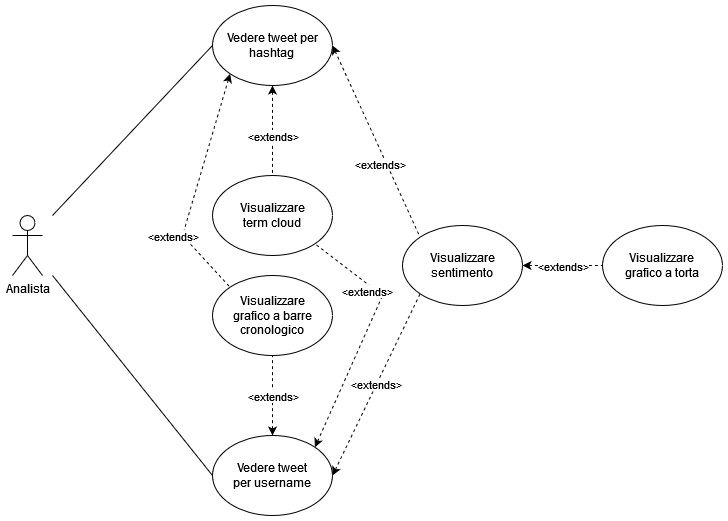
NotXia/tweet-analysis keeps this draw.io diagram as sprint1/review/img/usecase.png. Above is the earlier version. Source tidied: cells renumbered, new cells last; positions are measured from the earlier drawing's top-left corner, leaving out a move shared by most shapes. Source of this version:
```xml
<mxGraphModel>
  <root>
    <mxCell id="0" />
    <mxCell id="1" parent="0" />
    <mxCell id="2" value="&lt;div&gt;Vedere tweet per&lt;/div&gt;&lt;div&gt;hashtag&lt;br&gt;&lt;/div&gt;" style="ellipse;whiteSpace=wrap;html=1;" parent="1" vertex="1">
      <mxGeometry x="200" width="120" height="80" as="geometry" />
    </mxCell>
    <mxCell id="3" style="endArrow=none;dashed=1;html=1;rounded=0;endFill=1;startFill=1;startArrow=classic;exitX=1;exitY=0.5;exitDx=0;exitDy=0;entryX=0;entryY=0;entryDx=0;entryDy=0;" parent="1" edge="1" source="2" target="7">
      <mxGeometry relative="1" as="geometry" />
    </mxCell>
    <mxCell id="4" value="&amp;lt;extends&amp;gt;" style="edgeLabel;html=1;align=center;verticalAlign=middle;" parent="3" vertex="1">
      <mxGeometry x="0.27" y="7" relative="1" as="geometry">
        <mxPoint x="-15" as="offset" />
      </mxGeometry>
    </mxCell>
    <mxCell id="5" value="Analista" style="shape=umlActor;verticalLabelPosition=bottom;verticalAlign=top;html=1;" parent="1" vertex="1">
      <mxGeometry y="210" width="30" height="60" as="geometry" />
    </mxCell>
    <mxCell id="6" value="&lt;div&gt;Vedere tweet&lt;/div&gt;&lt;div&gt;per username&lt;br&gt;&lt;/div&gt;" style="ellipse;whiteSpace=wrap;html=1;" parent="1" vertex="1">
      <mxGeometry x="200" y="430" width="120" height="80" as="geometry" />
    </mxCell>
    <mxCell id="7" value="&lt;div&gt;Visualizzare&lt;/div&gt;&lt;div&gt;sentimento&lt;br&gt;&lt;/div&gt;" style="ellipse;whiteSpace=wrap;html=1;" parent="1" vertex="1">
      <mxGeometry x="390" y="220" width="120" height="80" as="geometry" />
    </mxCell>
    <mxCell id="8" value="&amp;lt;extends&amp;gt;" style="endArrow=none;dashed=1;html=1;rounded=0;endFill=1;startFill=1;startArrow=classic;exitX=1;exitY=0.5;exitDx=0;exitDy=0;entryX=0;entryY=1;entryDx=0;entryDy=0;" parent="1" edge="1" source="6" target="7">
      <mxGeometry relative="1" as="geometry" />
    </mxCell>
    <mxCell id="9" style="endArrow=none;dashed=1;html=1;rounded=0;endFill=1;startFill=1;startArrow=classic;exitX=1;exitY=0.5;exitDx=0;exitDy=0;entryX=0;entryY=0.5;entryDx=0;entryDy=0;" parent="1" edge="1" source="7" target="11">
      <mxGeometry relative="1" as="geometry" />
    </mxCell>
    <mxCell id="10" value="&amp;lt;extends&amp;gt;" style="edgeLabel;html=1;align=center;verticalAlign=middle;" parent="9" vertex="1">
      <mxGeometry x="0.38" y="-1" relative="1" as="geometry">
        <mxPoint x="-15" y="-1" as="offset" />
      </mxGeometry>
    </mxCell>
    <mxCell id="11" value="&lt;div&gt;Visualizzare&lt;/div&gt;&lt;div&gt;grafico a torta&lt;br&gt;&lt;/div&gt;" style="ellipse;whiteSpace=wrap;html=1;" parent="1" vertex="1">
      <mxGeometry x="590" y="220" width="120" height="80" as="geometry" />
    </mxCell>
    <mxCell id="12" value="&lt;div&gt;Visualizzare&lt;/div&gt;&lt;div&gt;grafico a barre&lt;/div&gt;&lt;div&gt;cronologico&lt;br&gt;&lt;/div&gt;" style="ellipse;whiteSpace=wrap;html=1;" parent="1" vertex="1">
      <mxGeometry x="200" y="270" width="120" height="80" as="geometry" />
    </mxCell>
    <mxCell id="13" value="&lt;div&gt;Visualizzare&lt;/div&gt;term cloud" style="ellipse;whiteSpace=wrap;html=1;" parent="1" vertex="1">
      <mxGeometry x="200" y="170" width="120" height="80" as="geometry" />
    </mxCell>
    <mxCell id="14" style="endArrow=none;dashed=1;html=1;rounded=0;endFill=1;startFill=1;startArrow=classic;exitX=0.5;exitY=1;exitDx=0;exitDy=0;entryX=0.5;entryY=0;entryDx=0;entryDy=0;" parent="1" edge="1" source="2" target="13">
      <mxGeometry relative="1" as="geometry" />
    </mxCell>
    <mxCell id="15" value="&amp;lt;extends&amp;gt;" style="edgeLabel;html=1;align=center;verticalAlign=middle;" parent="14" vertex="1">
      <mxGeometry x="0.27" y="7" relative="1" as="geometry">
        <mxPoint x="-7" y="-7" as="offset" />
      </mxGeometry>
    </mxCell>
    <mxCell id="16" style="endArrow=none;dashed=1;html=1;rounded=0;endFill=1;startFill=1;startArrow=classic;exitX=1;exitY=0;exitDx=0;exitDy=0;entryX=1;entryY=1;entryDx=0;entryDy=0;" parent="1" edge="1" source="6" target="13">
      <mxGeometry relative="1" as="geometry">
        <Array as="points">
          <mxPoint x="370" y="290" />
        </Array>
      </mxGeometry>
    </mxCell>
    <mxCell id="17" value="&amp;lt;extends&amp;gt;" style="edgeLabel;html=1;align=center;verticalAlign=middle;" parent="16" vertex="1">
      <mxGeometry x="0.27" y="7" relative="1" as="geometry">
        <mxPoint x="-7" y="-7" as="offset" />
      </mxGeometry>
    </mxCell>
    <mxCell id="18" style="endArrow=none;dashed=1;html=1;rounded=0;endFill=1;startFill=1;startArrow=classic;exitX=0.5;exitY=0;exitDx=0;exitDy=0;entryX=0.5;entryY=1;entryDx=0;entryDy=0;" parent="1" edge="1" source="6" target="12">
      <mxGeometry relative="1" as="geometry" />
    </mxCell>
    <mxCell id="19" value="&amp;lt;extends&amp;gt;" style="edgeLabel;html=1;align=center;verticalAlign=middle;" parent="18" vertex="1">
      <mxGeometry x="0.27" y="7" relative="1" as="geometry">
        <mxPoint x="7" y="11" as="offset" />
      </mxGeometry>
    </mxCell>
    <mxCell id="20" style="endArrow=none;dashed=1;html=1;rounded=0;endFill=1;startFill=1;startArrow=classic;exitX=0;exitY=1;exitDx=0;exitDy=0;entryX=0;entryY=0;entryDx=0;entryDy=0;" parent="1" edge="1" source="2" target="12">
      <mxGeometry relative="1" as="geometry">
        <Array as="points">
          <mxPoint x="170" y="230" />
        </Array>
      </mxGeometry>
    </mxCell>
    <mxCell id="21" value="&amp;lt;extends&amp;gt;" style="edgeLabel;html=1;align=center;verticalAlign=middle;" parent="20" vertex="1">
      <mxGeometry x="0.27" y="7" relative="1" as="geometry">
        <mxPoint x="-21" y="14" as="offset" />
      </mxGeometry>
    </mxCell>
    <mxCell id="22" style="endArrow=none;html=1;rounded=0;entryX=0;entryY=0.5;entryDx=0;entryDy=0;" parent="1" edge="1" target="2">
      <mxGeometry relative="1" as="geometry">
        <mxPoint x="40" y="210" as="sourcePoint" />
      </mxGeometry>
    </mxCell>
    <mxCell id="23" style="endArrow=none;html=1;rounded=0;entryX=0;entryY=0.5;entryDx=0;entryDy=0;" parent="1" edge="1" target="6">
      <mxGeometry relative="1" as="geometry">
        <mxPoint x="40" y="270" as="sourcePoint" />
      </mxGeometry>
    </mxCell>
  </root>
</mxGraphModel>
```
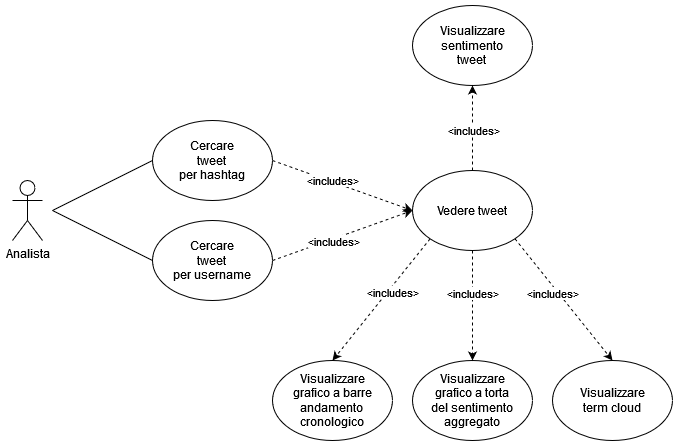
The same file after the commit.

Diff of the diagram source:
```diff
@@ -2,95 +2,87 @@
   <root>
     <mxCell id="0" />
     <mxCell id="1" parent="0" />
-    <mxCell id="2" value="&lt;div&gt;Vedere tweet per&lt;/div&gt;&lt;div&gt;hashtag&lt;br&gt;&lt;/div&gt;" style="ellipse;whiteSpace=wrap;html=1;" parent="1" vertex="1">
-      <mxGeometry x="200" width="120" height="80" as="geometry" />
+    <mxCell id="2" value="&lt;div&gt;Vedere tweet&lt;/div&gt;" style="ellipse;whiteSpace=wrap;html=1;" parent="1" vertex="1">
+      <mxGeometry x="394" y="225" width="120" height="80" as="geometry" />
     </mxCell>
-    <mxCell id="3" style="endArrow=none;dashed=1;html=1;rounded=0;endFill=1;startFill=1;startArrow=classic;exitX=1;exitY=0.5;exitDx=0;exitDy=0;entryX=0;entryY=0;entryDx=0;entryDy=0;" parent="1" edge="1" source="2" target="7">
-      <mxGeometry relative="1" as="geometry" />
-    </mxCell>
-    <mxCell id="4" value="&amp;lt;extends&amp;gt;" style="edgeLabel;html=1;align=center;verticalAlign=middle;" parent="3" vertex="1">
-      <mxGeometry x="0.27" y="7" relative="1" as="geometry">
-        <mxPoint x="-15" as="offset" />
-      </mxGeometry>
-    </mxCell>
     <mxCell id="5" value="Analista" style="shape=umlActor;verticalLabelPosition=bottom;verticalAlign=top;html=1;" parent="1" vertex="1">
-      <mxGeometry y="210" width="30" height="60" as="geometry" />
+      <mxGeometry x="-6" y="235" width="30" height="60" as="geometry" />
     </mxCell>
-    <mxCell id="6" value="&lt;div&gt;Vedere tweet&lt;/div&gt;&lt;div&gt;per username&lt;br&gt;&lt;/div&gt;" style="ellipse;whiteSpace=wrap;html=1;" parent="1" vertex="1">
-      <mxGeometry x="200" y="430" width="120" height="80" as="geometry" />
-    </mxCell>
-    <mxCell id="7" value="&lt;div&gt;Visualizzare&lt;/div&gt;&lt;div&gt;sentimento&lt;br&gt;&lt;/div&gt;" style="ellipse;whiteSpace=wrap;html=1;" parent="1" vertex="1">
-      <mxGeometry x="390" y="220" width="120" height="80" as="geometry" />
+    <mxCell id="7" value="&lt;div&gt;Visualizzare&lt;/div&gt;&lt;div&gt;sentimento&lt;/div&gt;&lt;div&gt;tweet&lt;br&gt;&lt;/div&gt;" style="ellipse;whiteSpace=wrap;html=1;" parent="1" vertex="1">
+      <mxGeometry x="394" y="60" width="120" height="80" as="geometry" />
     </mxCell>
-    <mxCell id="8" value="&amp;lt;extends&amp;gt;" style="endArrow=none;dashed=1;html=1;rounded=0;endFill=1;startFill=1;startArrow=classic;exitX=1;exitY=0.5;exitDx=0;exitDy=0;entryX=0;entryY=1;entryDx=0;entryDy=0;" parent="1" edge="1" source="6" target="7">
-      <mxGeometry relative="1" as="geometry" />
-    </mxCell>
-    <mxCell id="9" style="endArrow=none;dashed=1;html=1;rounded=0;endFill=1;startFill=1;startArrow=classic;exitX=1;exitY=0.5;exitDx=0;exitDy=0;entryX=0;entryY=0.5;entryDx=0;entryDy=0;" parent="1" edge="1" source="7" target="11">
-      <mxGeometry relative="1" as="geometry" />
-    </mxCell>
-    <mxCell id="10" value="&amp;lt;extends&amp;gt;" style="edgeLabel;html=1;align=center;verticalAlign=middle;" parent="9" vertex="1">
-      <mxGeometry x="0.38" y="-1" relative="1" as="geometry">
-        <mxPoint x="-15" y="-1" as="offset" />
-      </mxGeometry>
-    </mxCell>
-    <mxCell id="11" value="&lt;div&gt;Visualizzare&lt;/div&gt;&lt;div&gt;grafico a torta&lt;br&gt;&lt;/div&gt;" style="ellipse;whiteSpace=wrap;html=1;" parent="1" vertex="1">
-      <mxGeometry x="590" y="220" width="120" height="80" as="geometry" />
+    <mxCell id="11" value="&lt;div&gt;Visualizzare&lt;/div&gt;&lt;div&gt;grafico a torta&lt;/div&gt;&lt;div&gt;del sentimento&lt;/div&gt;&lt;div&gt;aggregato&lt;br&gt;&lt;/div&gt;" style="ellipse;whiteSpace=wrap;html=1;" parent="1" vertex="1">
+      <mxGeometry x="394" y="415" width="120" height="80" as="geometry" />
     </mxCell>
-    <mxCell id="12" value="&lt;div&gt;Visualizzare&lt;/div&gt;&lt;div&gt;grafico a barre&lt;/div&gt;&lt;div&gt;cronologico&lt;br&gt;&lt;/div&gt;" style="ellipse;whiteSpace=wrap;html=1;" parent="1" vertex="1">
-      <mxGeometry x="200" y="270" width="120" height="80" as="geometry" />
+    <mxCell id="12" value="&lt;div&gt;Visualizzare&lt;/div&gt;&lt;div&gt;grafico a barre&lt;/div&gt;&lt;div&gt;andamento&lt;br&gt;&lt;/div&gt;&lt;div&gt;cronologico&lt;br&gt;&lt;/div&gt;" style="ellipse;whiteSpace=wrap;html=1;" parent="1" vertex="1">
+      <mxGeometry x="254" y="415" width="120" height="80" as="geometry" />
     </mxCell>
     <mxCell id="13" value="&lt;div&gt;Visualizzare&lt;/div&gt;term cloud" style="ellipse;whiteSpace=wrap;html=1;" parent="1" vertex="1">
-      <mxGeometry x="200" y="170" width="120" height="80" as="geometry" />
+      <mxGeometry x="534" y="415" width="120" height="80" as="geometry" />
     </mxCell>
+    <mxCell id="24" value="&lt;div&gt;Cercare&lt;br&gt;&lt;/div&gt;&lt;div&gt;tweet&lt;br&gt;&lt;/div&gt;&lt;div&gt;per hashtag&lt;/div&gt;" style="ellipse;whiteSpace=wrap;html=1;" parent="1" vertex="1">
+      <mxGeometry x="134" y="175" width="120" height="80" as="geometry" />
+    </mxCell>
+    <mxCell id="25" value="&lt;div&gt;Cercare&lt;br&gt;&lt;/div&gt;&lt;div&gt;tweet&lt;br&gt;&lt;/div&gt;&lt;div&gt;per username&lt;/div&gt;" style="ellipse;whiteSpace=wrap;html=1;" parent="1" vertex="1">
+      <mxGeometry x="134" y="275" width="120" height="80" as="geometry" />
+    </mxCell>
+    <mxCell id="3" style="endArrow=classic;html=1;rounded=0;entryX=0.5;entryY=1;entryDx=0;entryDy=0;dashed=1;exitX=0.5;exitY=0;exitDx=0;exitDy=0;" parent="1" edge="1" source="2" target="7">
+      <mxGeometry relative="1" as="geometry" />
+    </mxCell>
+    <mxCell id="26" value="&amp;lt;includes&amp;gt;" style="edgeLabel;html=1;align=center;verticalAlign=middle;" parent="3" vertex="1">
+      <mxGeometry x="-0.45" y="-2" relative="1" as="geometry">
+        <mxPoint x="-1" y="-17" as="offset" />
+      </mxGeometry>
+    </mxCell>
+    <mxCell id="20" style="endArrow=classic;html=1;rounded=0;entryX=0.5;entryY=0;entryDx=0;entryDy=0;dashed=1;exitX=0;exitY=1;exitDx=0;exitDy=0;" parent="1" edge="1" source="2" target="12">
+      <mxGeometry relative="1" as="geometry" />
+    </mxCell>
+    <mxCell id="27" value="&amp;lt;includes&amp;gt;" style="edgeLabel;html=1;align=center;verticalAlign=middle;" parent="20" vertex="1">
+      <mxGeometry x="-0.45" y="-2" relative="1" as="geometry">
+        <mxPoint x="-9" y="21" as="offset" />
+      </mxGeometry>
+    </mxCell>
+    <mxCell id="28" style="endArrow=classic;html=1;rounded=0;entryX=0.5;entryY=0;entryDx=0;entryDy=0;dashed=1;exitX=0.5;exitY=1;exitDx=0;exitDy=0;" parent="1" edge="1" source="2" target="11">
+      <mxGeometry relative="1" as="geometry" />
+    </mxCell>
+    <mxCell id="29" value="&amp;lt;includes&amp;gt;" style="edgeLabel;html=1;align=center;verticalAlign=middle;" parent="28" vertex="1">
+      <mxGeometry x="-0.45" y="-2" relative="1" as="geometry">
+        <mxPoint x="2" y="12" as="offset" />
+      </mxGeometry>
+    </mxCell>
-    <mxCell id="14" style="endArrow=none;dashed=1;html=1;rounded=0;endFill=1;startFill=1;startArrow=classic;exitX=0.5;exitY=1;exitDx=0;exitDy=0;entryX=0.5;entryY=0;entryDx=0;entryDy=0;" parent="1" edge="1" source="2" target="13">
+    <mxCell id="14" style="endArrow=classic;html=1;rounded=0;entryX=0.5;entryY=0;entryDx=0;entryDy=0;dashed=1;exitX=1;exitY=1;exitDx=0;exitDy=0;" parent="1" edge="1" source="2" target="13">
       <mxGeometry relative="1" as="geometry" />
     </mxCell>
-    <mxCell id="15" value="&amp;lt;extends&amp;gt;" style="edgeLabel;html=1;align=center;verticalAlign=middle;" parent="14" vertex="1">
-      <mxGeometry x="0.27" y="7" relative="1" as="geometry">
-        <mxPoint x="-7" y="-7" as="offset" />
-      </mxGeometry>
-    </mxCell>
-    <mxCell id="16" style="endArrow=none;dashed=1;html=1;rounded=0;endFill=1;startFill=1;startArrow=classic;exitX=1;exitY=0;exitDx=0;exitDy=0;entryX=1;entryY=1;entryDx=0;entryDy=0;" parent="1" edge="1" source="6" target="13">
-      <mxGeometry relative="1" as="geometry">
-        <Array as="points">
-          <mxPoint x="370" y="290" />
-        </Array>
-      </mxGeometry>
-    </mxCell>
-    <mxCell id="17" value="&amp;lt;extends&amp;gt;" style="edgeLabel;html=1;align=center;verticalAlign=middle;" parent="16" vertex="1">
-      <mxGeometry x="0.27" y="7" relative="1" as="geometry">
-        <mxPoint x="-7" y="-7" as="offset" />
-      </mxGeometry>
-    </mxCell>
-    <mxCell id="18" style="endArrow=none;dashed=1;html=1;rounded=0;endFill=1;startFill=1;startArrow=classic;exitX=0.5;exitY=0;exitDx=0;exitDy=0;entryX=0.5;entryY=1;entryDx=0;entryDy=0;" parent="1" edge="1" source="6" target="12">
-      <mxGeometry relative="1" as="geometry" />
-    </mxCell>
-    <mxCell id="19" value="&amp;lt;extends&amp;gt;" style="edgeLabel;html=1;align=center;verticalAlign=middle;" parent="18" vertex="1">
-      <mxGeometry x="0.27" y="7" relative="1" as="geometry">
-        <mxPoint x="7" y="11" as="offset" />
-      </mxGeometry>
-    </mxCell>
-    <mxCell id="20" style="endArrow=none;dashed=1;html=1;rounded=0;endFill=1;startFill=1;startArrow=classic;exitX=0;exitY=1;exitDx=0;exitDy=0;entryX=0;entryY=0;entryDx=0;entryDy=0;" parent="1" edge="1" source="2" target="12">
-      <mxGeometry relative="1" as="geometry">
-        <Array as="points">
-          <mxPoint x="170" y="230" />
-        </Array>
-      </mxGeometry>
-    </mxCell>
-    <mxCell id="21" value="&amp;lt;extends&amp;gt;" style="edgeLabel;html=1;align=center;verticalAlign=middle;" parent="20" vertex="1">
-      <mxGeometry x="0.27" y="7" relative="1" as="geometry">
-        <mxPoint x="-21" y="14" as="offset" />
-      </mxGeometry>
-    </mxCell>
-    <mxCell id="22" style="endArrow=none;html=1;rounded=0;entryX=0;entryY=0.5;entryDx=0;entryDy=0;" parent="1" edge="1" target="2">
-      <mxGeometry relative="1" as="geometry">
-        <mxPoint x="40" y="210" as="sourcePoint" />
-      </mxGeometry>
-    </mxCell>
-    <mxCell id="23" style="endArrow=none;html=1;rounded=0;entryX=0;entryY=0.5;entryDx=0;entryDy=0;" parent="1" edge="1" target="6">
-      <mxGeometry relative="1" as="geometry">
-        <mxPoint x="40" y="270" as="sourcePoint" />
-      </mxGeometry>
-    </mxCell>
+    <mxCell id="30" value="&amp;lt;includes&amp;gt;" style="edgeLabel;html=1;align=center;verticalAlign=middle;" parent="14" vertex="1">
+      <mxGeometry x="-0.45" y="-2" relative="1" as="geometry">
+        <mxPoint x="12" y="19" as="offset" />
+      </mxGeometry>
+    </mxCell>
+    <mxCell id="31" style="endArrow=none;html=1;rounded=0;entryX=0;entryY=0.5;entryDx=0;entryDy=0;" parent="1" edge="1" target="24">
+      <mxGeometry relative="1" as="geometry">
+        <mxPoint x="34" y="265" as="sourcePoint" />
+      </mxGeometry>
+    </mxCell>
+    <mxCell id="32" style="endArrow=none;html=1;rounded=0;entryX=0;entryY=0.5;entryDx=0;entryDy=0;" parent="1" edge="1" target="25">
+      <mxGeometry relative="1" as="geometry">
+        <mxPoint x="34" y="265" as="sourcePoint" />
+      </mxGeometry>
+    </mxCell>
+    <mxCell id="33" style="endArrow=classic;html=1;rounded=0;entryX=0;entryY=0.5;entryDx=0;entryDy=0;dashed=1;exitX=1;exitY=0.5;exitDx=0;exitDy=0;" parent="1" edge="1" source="24" target="2">
+      <mxGeometry relative="1" as="geometry" />
+    </mxCell>
+    <mxCell id="34" value="&amp;lt;includes&amp;gt;" style="edgeLabel;html=1;align=center;verticalAlign=middle;" parent="33" vertex="1">
+      <mxGeometry x="-0.45" y="-2" relative="1" as="geometry">
+        <mxPoint x="22" y="4" as="offset" />
+      </mxGeometry>
+    </mxCell>
+    <mxCell id="35" style="endArrow=classic;html=1;rounded=0;dashed=1;exitX=1;exitY=0.5;exitDx=0;exitDy=0;entryX=0;entryY=0.5;entryDx=0;entryDy=0;" parent="1" edge="1" source="25" target="2">
+      <mxGeometry relative="1" as="geometry" />
+    </mxCell>
+    <mxCell id="36" value="&amp;lt;includes&amp;gt;" style="edgeLabel;html=1;align=center;verticalAlign=middle;" parent="35" vertex="1">
+      <mxGeometry x="-0.45" y="-2" relative="1" as="geometry">
+        <mxPoint x="21" y="-8" as="offset" />
+      </mxGeometry>
+    </mxCell>
   </root>
 </mxGraphModel>
```
